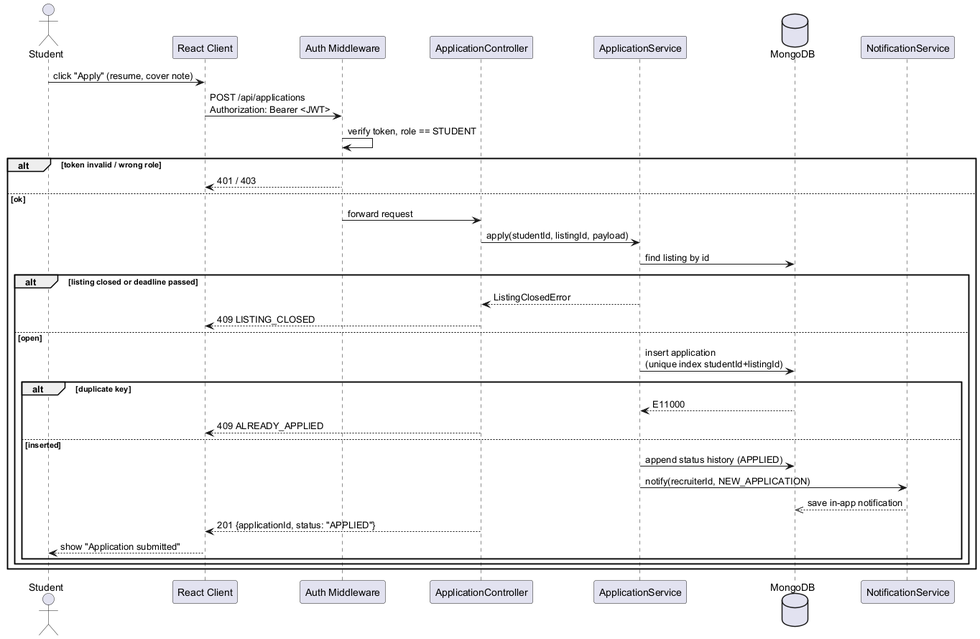
Above: docs/other-docs/diagrams/seq_apply.png in Online-Internship-Placement-Prep-Portal/OIPPP (PlantUML), before the change. Its diagram source:
```plantuml
@startuml seq_apply
actor Student
participant "React Client" as C
participant "Auth Middleware" as MW
participant "ApplicationController" as AC
participant "ApplicationService" as AS
database MongoDB as DB
participant "NotificationService" as NS
Student -> C : click "Apply" (resume, cover note)
C -> MW : POST /api/applications\nAuthorization: Bearer <JWT>
MW -> MW : verify token, role == STUDENT
alt token invalid / wrong role
  MW --> C : 401 / 403
else ok
  MW -> AC : forward request
  AC -> AS : apply(studentId, listingId, payload)
  AS -> DB : find listing by id
  alt listing closed or deadline passed
    AS --> AC : ListingClosedError
    AC --> C : 409 LISTING_CLOSED
  else open
    AS -> DB : insert application\n(unique index studentId+listingId)
    alt duplicate key
      DB --> AS : E11000
      AC --> C : 409 ALREADY_APPLIED
    else inserted
      AS -> DB : append status history (APPLIED)
      AS -> NS : notify(recruiterId, NEW_APPLICATION)
      NS -->> DB : save in-app notification
      AC --> C : 201 {applicationId, status: "APPLIED"}
      C --> Student : show "Application submitted"
    end
  end
end
@enduml
```
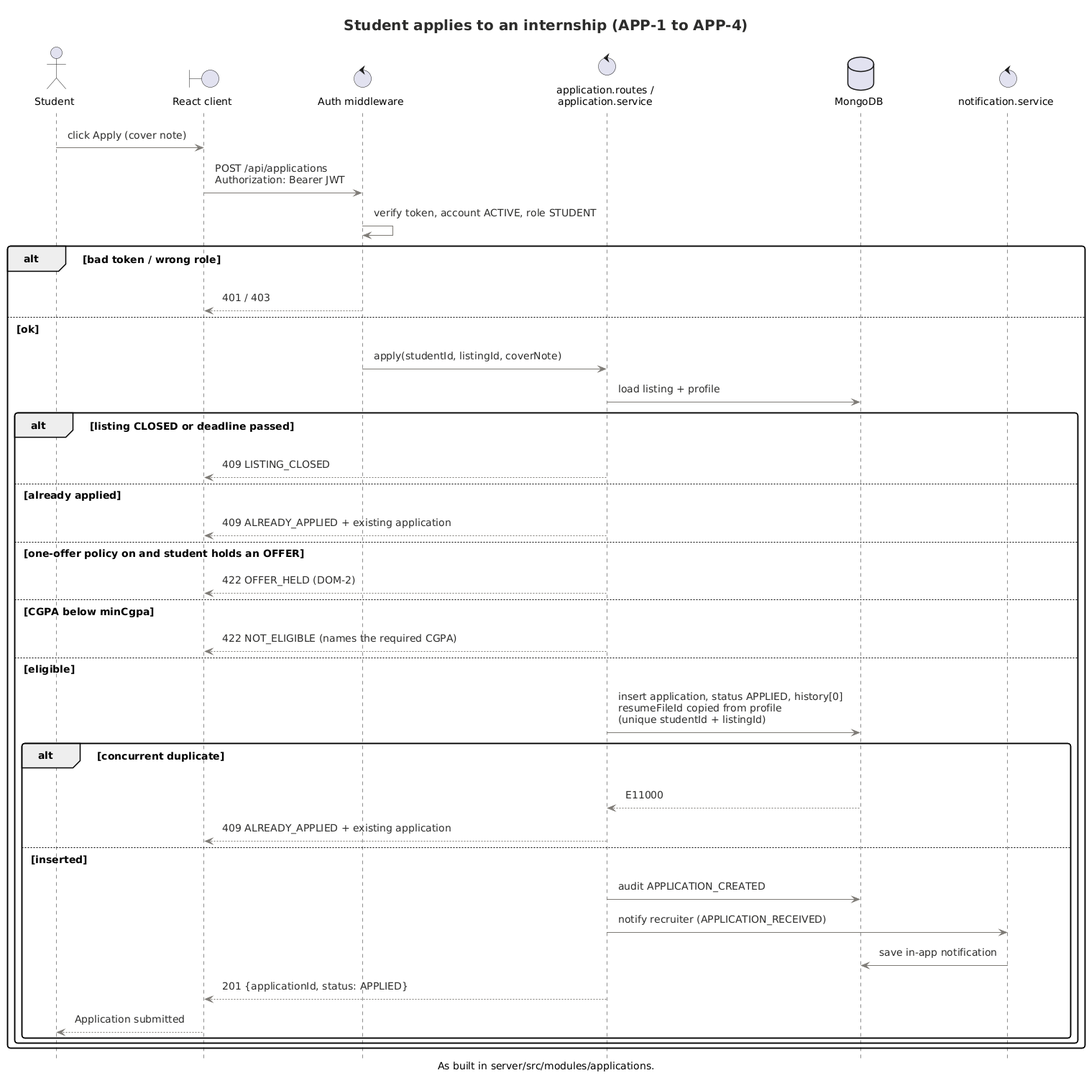
After the commit.

The edit, as a diff of the source:
```diff
@@ -1,34 +1,41 @@
 @startuml seq_apply
+!include diagram-style.puml
+hide footbox
+title Student applies to an internship (APP-1 to APP-4)
+caption As built in server/src/modules/applications.
 actor Student
-participant "React Client" as C
-participant "Auth Middleware" as MW
-participant "ApplicationController" as AC
-participant "ApplicationService" as AS
+boundary "React client" as C
+control "Auth middleware" as MW
+control "application.routes /\napplication.service" as AS
 database MongoDB as DB
-participant "NotificationService" as NS
-Student -> C : click "Apply" (resume, cover note)
-C -> MW : POST /api/applications\nAuthorization: Bearer <JWT>
-MW -> MW : verify token, role == STUDENT
-alt token invalid / wrong role
+control "notification.service" as NS
+Student -> C : click Apply (cover note)
+C -> MW : POST /api/applications\nAuthorization: Bearer JWT
+MW -> MW : verify token, account ACTIVE, role STUDENT
+alt bad token / wrong role
   MW --> C : 401 / 403
 else ok
-  MW -> AC : forward request
-  AC -> AS : apply(studentId, listingId, payload)
-  AS -> DB : find listing by id
-  alt listing closed or deadline passed
-    AS --> AC : ListingClosedError
-    AC --> C : 409 LISTING_CLOSED
-  else open
-    AS -> DB : insert application\n(unique index studentId+listingId)
-    alt duplicate key
+  MW -> AS : apply(studentId, listingId, coverNote)
+  AS -> DB : load listing + profile
+  alt listing CLOSED or deadline passed
+    AS --> C : 409 LISTING_CLOSED
+  else already applied
+    AS --> C : 409 ALREADY_APPLIED + existing application
+  else one-offer policy on and student holds an OFFER
+    AS --> C : 422 OFFER_HELD (DOM-2)
+  else CGPA below minCgpa
+    AS --> C : 422 NOT_ELIGIBLE (names the required CGPA)
+  else eligible
+    AS -> DB : insert application, status APPLIED, history[0]\nresumeFileId copied from profile\n(unique studentId + listingId)
+    alt concurrent duplicate
       DB --> AS : E11000
-      AC --> C : 409 ALREADY_APPLIED
+      AS --> C : 409 ALREADY_APPLIED + existing application
     else inserted
-      AS -> DB : append status history (APPLIED)
-      AS -> NS : notify(recruiterId, NEW_APPLICATION)
-      NS -->> DB : save in-app notification
-      AC --> C : 201 {applicationId, status: "APPLIED"}
-      C --> Student : show "Application submitted"
+      AS -> DB : audit APPLICATION_CREATED
+      AS -> NS : notify recruiter (APPLICATION_RECEIVED)
+      NS -> DB : save in-app notification
+      AS --> C : 201 {applicationId, status: APPLIED}
+      C --> Student : Application submitted
     end
   end
 end
```
